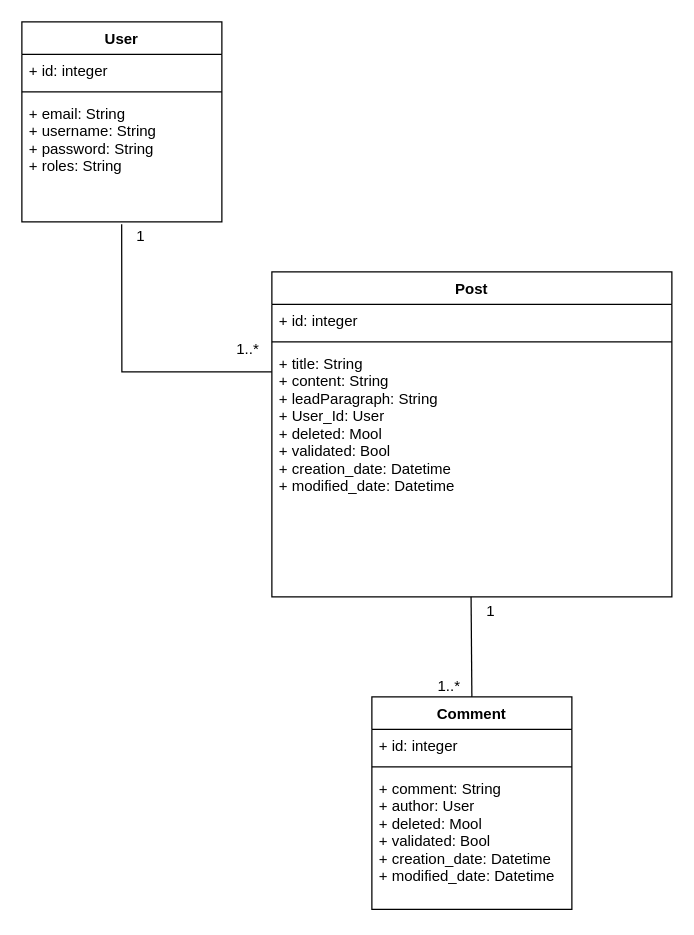
Earlier version of the draw.io diagram UML/class diagrams/class diagram.drawio (AlexisT37/p5myblog). Source tidied: cells renumbered, new cells numbered last; positions are measured from the earlier drawing's top-left corner, leaving out a move shared by most shapes. Both pictures are drawn from the tidied source at 125%, with x=0, y=0 at pixel (21, 21).
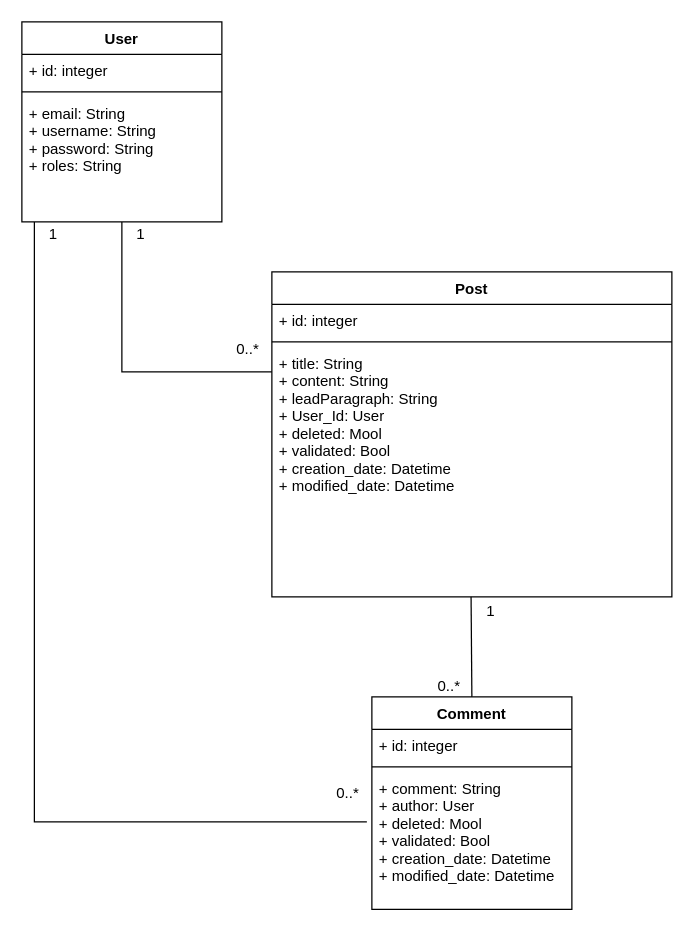
After the change.

Commit message (it also covers changes not shown here):
feat: edit class diagram

add relation between user and comment
set minimal cardinality of post and comment to 0

Unchanged cells that the change refers to:
```xml
<mxCell id="5" value="+ email: String&#10;+ username: String&#10;+ password: String&#10;+ roles: String&#10;" style="text;strokeColor=none;fillColor=none;align=left;verticalAlign=top;spacingLeft=4;spacingRight=4;overflow=hidden;points=[[0,0.5],[1,0.5]];portConstraint=eastwest;" parent="2" vertex="1">
  <mxGeometry y="60" width="160" height="100" as="geometry" />
</mxCell>
<mxCell id="9" value="+ title: String&#10;+ content: String&#10;+ leadParagraph: String&#10;+ User_Id: User&#10;+ deleted: Mool&#10;+ validated: Bool&#10;+ creation_date: Datetime&#10;+ modified_date: Datetime&#10;&#10;&#10;" style="text;strokeColor=none;fillColor=none;align=left;verticalAlign=top;spacingLeft=4;spacingRight=4;overflow=hidden;points=[[0,0.5],[1,0.5]];portConstraint=eastwest;" parent="6" vertex="1">
  <mxGeometry y="60" width="320" height="200" as="geometry" />
</mxCell>
<mxCell id="16" value="+ comment: String&#10;+ author: User&#10;+ deleted: Mool&#10;+ validated: Bool&#10;+ creation_date: Datetime&#10;+ modified_date: Datetime&#10;&#10;&#10;&#10;&#10;" style="text;strokeColor=none;fillColor=none;align=left;verticalAlign=top;spacingLeft=4;spacingRight=4;overflow=hidden;points=[[0,0.5],[1,0.5]];portConstraint=eastwest;" parent="13" vertex="1">
  <mxGeometry y="60" width="160" height="110" as="geometry" />
</mxCell>
<mxCell id="17" style="endArrow=none;html=1;rounded=0;exitX=0.5;exitY=0;exitDx=0;exitDy=0;entryX=0.498;entryY=1;entryDx=0;entryDy=0;entryPerimeter=0;" parent="1" edge="1" source="13" target="9">
  <mxGeometry relative="1" as="geometry" />
</mxCell>
```

Diff of the diagram source:
```diff
@@
-    <mxCell id="10" style="endArrow=none;html=1;rounded=0;exitX=0.499;exitY=1.019;exitDx=0;exitDy=0;exitPerimeter=0;entryX=0;entryY=0.1;entryDx=0;entryDy=0;entryPerimeter=0;" parent="1" edge="1" source="5" target="9">
+    <mxCell id="10" style="endArrow=none;html=1;rounded=0;entryX=0;entryY=0.1;entryDx=0;entryDy=0;entryPerimeter=0;" parent="1" edge="1" target="9">
       <mxGeometry relative="1" as="geometry">
+        <mxPoint x="80" y="160" as="sourcePoint" />
         <Array as="points">
           <mxPoint x="80" y="280" />
         </Array>
       </mxGeometry>
     </mxCell>
@@
-    <mxCell id="19" value="1..*" style="html=1;align=right;verticalAlign=bottom;" parent="17" vertex="1">
+    <mxCell id="19" value="0..*" style="html=1;align=right;verticalAlign=bottom;" parent="17" vertex="1">
       <mxGeometry x="1" relative="1" as="geometry">
         <mxPoint x="-8" y="80" as="offset" />
       </mxGeometry>
     </mxCell>
-    <mxCell id="20" value="1..*" style="html=1;align=right;verticalAlign=bottom;" parent="1" vertex="1">
+    <mxCell id="20" value="0..*" style="html=1;align=right;verticalAlign=bottom;" parent="1" vertex="1">
       <mxGeometry x="190" y="270" as="geometry" />
     </mxCell>
+    <mxCell id="21" style="endArrow=none;html=1;rounded=0;entryX=-0.025;entryY=0.364;entryDx=0;entryDy=0;entryPerimeter=0;" parent="1" edge="1" target="16">
+      <mxGeometry relative="1" as="geometry">
+        <mxPoint x="10" y="160" as="sourcePoint" />
+        <Array as="points">
+          <mxPoint x="10" y="640" />
+        </Array>
+      </mxGeometry>
+    </mxCell>
+    <mxCell id="22" value="1" style="html=1;align=left;verticalAlign=bottom;" parent="21" vertex="1">
+      <mxGeometry x="-1" relative="1" as="geometry">
+        <mxPoint x="10" y="18" as="offset" />
+      </mxGeometry>
+    </mxCell>
+    <mxCell id="23" style="html=1;align=right;verticalAlign=bottom;" parent="21" vertex="1">
+      <mxGeometry x="1" relative="1" as="geometry" />
+    </mxCell>
+    <mxCell id="24" value="0..*" style="html=1;align=right;verticalAlign=bottom;" parent="1" vertex="1">
+      <mxGeometry x="270" y="625" as="geometry" />
+    </mxCell>
```
